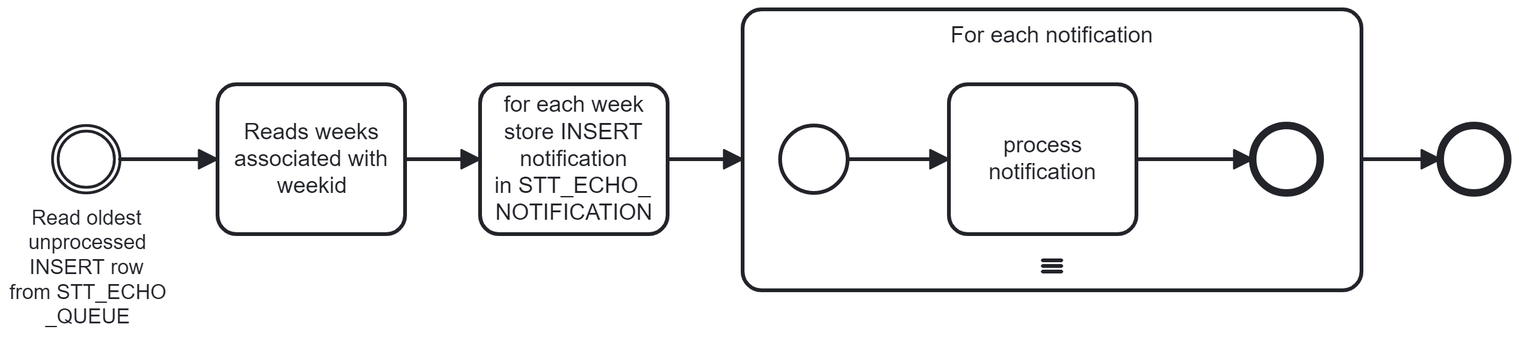
ororker/cmis-e360 keeps this BPMN diagram as img/notification-delete.png. Above is the earlier version. Its source is kept beside it as notification-delete.bpmn. Ids are renumbered.
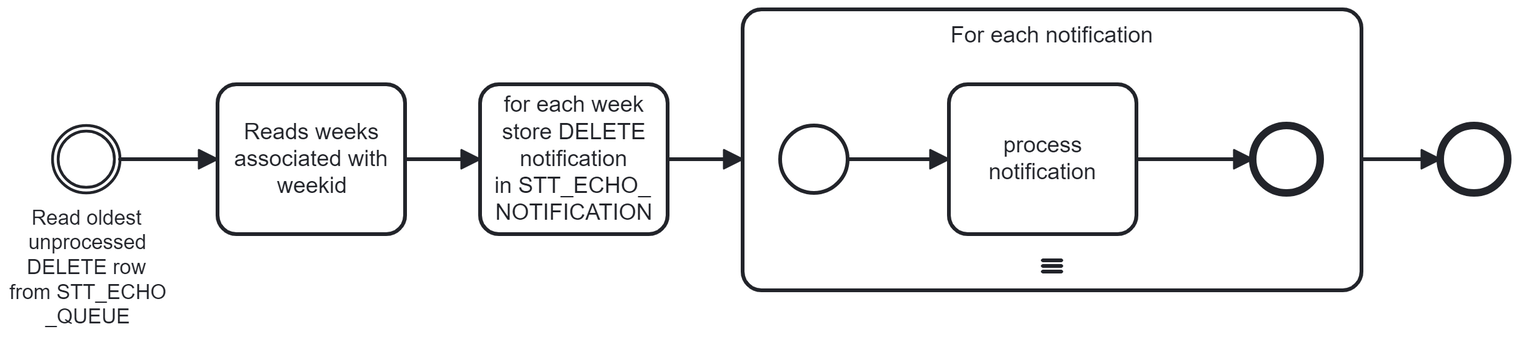
The same diagram one commit later.

Commit message:
add sequential marker to sub-process

Diff of the diagram source:
```diff
@@ -24,11 +24,11 @@
         <bpmn:outgoing>Flow_n15</bpmn:outgoing>
       </bpmn:task>
     </bpmn:subProcess>
-    <bpmn:task id="Activity_n6" name="for each week store INSERT notification in STT_ECHO_ NOTIFICATION">
+    <bpmn:task id="Activity_n6" name="for each week store DELETE notification in STT_ECHO_ NOTIFICATION">
       <bpmn:incoming>Flow_n11</bpmn:incoming>
       <bpmn:outgoing>Flow_n5</bpmn:outgoing>
     </bpmn:task>
-    <bpmn:intermediateThrowEvent id="Event_n9" name="Read oldest unprocessed INSERT row from STT_ECHO _QUEUE">
+    <bpmn:intermediateThrowEvent id="Event_n9" name="Read oldest unprocessed DELETE row from STT_ECHO _QUEUE">
       <bpmn:outgoing>Flow_n8</bpmn:outgoing>
     </bpmn:intermediateThrowEvent>
     <bpmn:task id="Activity_n10" name="Reads weeks associated with weekid">
```
